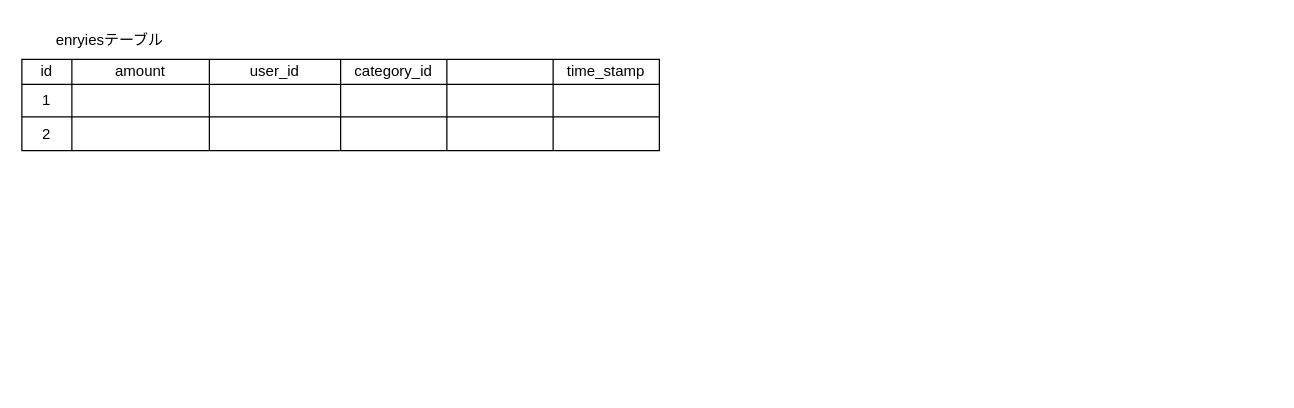
This is blueprint.drawio from somanosuke/Test-Laravel-App, a draw.io file, before an edit. Source tidied: cells renumbered, new cells numbered last; positions are measured from the earlier drawing's top-left corner, leaving out a move shared by most shapes. Both pictures are drawn from the tidied source at 125%, with x=0, y=0 at pixel (21, 21).
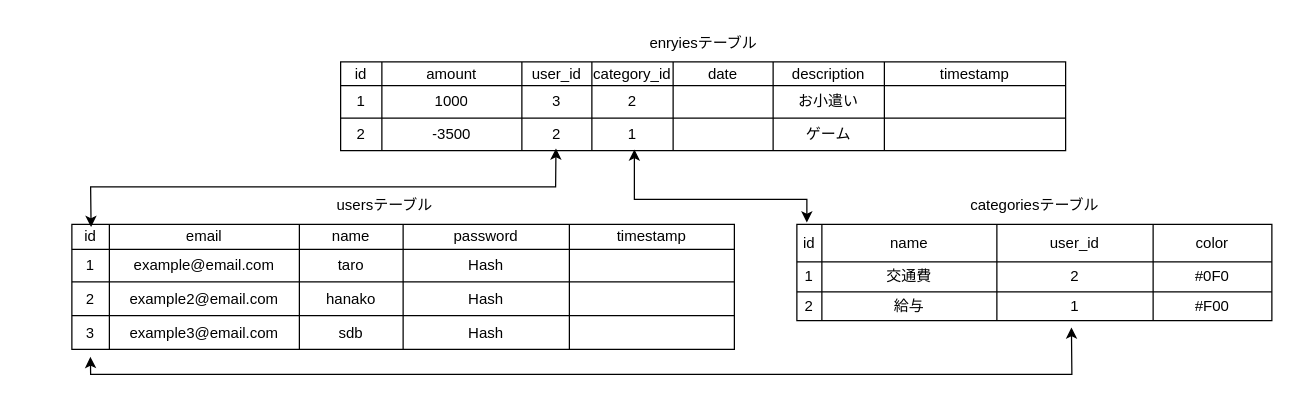
After the change.

The edit, as a diff of the source:
```diff
@@
     <mxCell id="2" style="shape=table;startSize=0;childLayout=tableLayout;" parent="1" vertex="1">
-      <mxGeometry y="30" width="510" height="73" as="geometry" />
+      <mxGeometry x="255" y="32" width="580" height="71" as="geometry" />
     </mxCell>
     <mxCell id="3" style="shape=tableRow;horizontal=0;startSize=0;swimlaneHead=0;swimlaneBody=0;strokeColor=inherit;top=0;left=0;bottom=0;right=0;fillColor=none;" parent="2" vertex="1">
-      <mxGeometry width="510" height="20" as="geometry" />
+      <mxGeometry width="580" height="19" as="geometry" />
     </mxCell>
     <mxCell id="4" value="id" style="shape=partialRectangle;html=1;whiteSpace=wrap;strokeColor=inherit;overflow=hidden;fillColor=none;top=0;left=0;bottom=0;right=0;" parent="3" vertex="1">
-      <mxGeometry width="40" height="20" as="geometry" />
+      <mxGeometry width="33" height="19" as="geometry" />
     </mxCell>
     <mxCell id="5" value="amount" style="shape=partialRectangle;html=1;whiteSpace=wrap;strokeColor=inherit;overflow=hidden;fillColor=none;top=0;left=0;bottom=0;right=0;" parent="3" vertex="1">
-      <mxGeometry x="40" width="110" height="20" as="geometry" />
+      <mxGeometry x="33" width="112" height="19" as="geometry" />
     </mxCell>
     <mxCell id="6" value="user_id" style="shape=partialRectangle;html=1;whiteSpace=wrap;strokeColor=inherit;overflow=hidden;fillColor=none;top=0;left=0;bottom=0;right=0;" parent="3" vertex="1">
-      <mxGeometry x="150" width="105" height="20" as="geometry" />
+      <mxGeometry x="145" width="56" height="19" as="geometry" />
     </mxCell>
     <mxCell id="7" value="category_id" style="shape=partialRectangle;html=1;whiteSpace=wrap;strokeColor=inherit;overflow=hidden;fillColor=none;top=0;left=0;bottom=0;right=0;" parent="3" vertex="1">
-      <mxGeometry x="255" width="85" height="20" as="geometry" />
+      <mxGeometry x="201" width="65" height="19" as="geometry" />
     </mxCell>
+    <mxCell id="25" value="date" style="shape=partialRectangle;html=1;whiteSpace=wrap;strokeColor=inherit;overflow=hidden;fillColor=none;top=0;left=0;bottom=0;right=0;" parent="3" vertex="1">
+      <mxGeometry x="266" width="80" height="19" as="geometry" />
+    </mxCell>
-    <mxCell id="8" style="shape=partialRectangle;html=1;whiteSpace=wrap;strokeColor=inherit;overflow=hidden;fillColor=none;top=0;left=0;bottom=0;right=0;" parent="3" vertex="1">
-      <mxGeometry x="340" width="85" height="20" as="geometry" />
+    <mxCell id="8" value="description" style="shape=partialRectangle;html=1;whiteSpace=wrap;strokeColor=inherit;overflow=hidden;fillColor=none;top=0;left=0;bottom=0;right=0;" parent="3" vertex="1">
+      <mxGeometry x="346" width="89" height="19" as="geometry" />
     </mxCell>
-    <mxCell id="9" value="time_stamp" style="shape=partialRectangle;html=1;whiteSpace=wrap;strokeColor=inherit;overflow=hidden;fillColor=none;top=0;left=0;bottom=0;right=0;" parent="3" vertex="1">
-      <mxGeometry x="425" width="85" height="20" as="geometry" />
+    <mxCell id="9" value="timestamp" style="shape=partialRectangle;html=1;whiteSpace=wrap;strokeColor=inherit;overflow=hidden;fillColor=none;top=0;left=0;bottom=0;right=0;" parent="3" vertex="1">
+      <mxGeometry x="435" width="145" height="19" as="geometry" />
     </mxCell>
     <mxCell id="10" style="shape=tableRow;horizontal=0;startSize=0;swimlaneHead=0;swimlaneBody=0;strokeColor=inherit;top=0;left=0;bottom=0;right=0;fillColor=none;" parent="2" vertex="1">
-      <mxGeometry y="20" width="510" height="26" as="geometry" />
+      <mxGeometry y="19" width="580" height="26" as="geometry" />
     </mxCell>
     <mxCell id="11" value="1" style="shape=partialRectangle;html=1;whiteSpace=wrap;strokeColor=inherit;overflow=hidden;fillColor=none;top=0;left=0;bottom=0;right=0;" parent="10" vertex="1">
-      <mxGeometry width="40" height="26" as="geometry" />
+      <mxGeometry width="33" height="26" as="geometry" />
     </mxCell>
-    <mxCell id="12" style="shape=partialRectangle;html=1;whiteSpace=wrap;strokeColor=inherit;overflow=hidden;fillColor=none;top=0;left=0;bottom=0;right=0;" parent="10" vertex="1">
-      <mxGeometry x="40" width="110" height="26" as="geometry" />
+    <mxCell id="12" value="1000" style="shape=partialRectangle;html=1;whiteSpace=wrap;strokeColor=inherit;overflow=hidden;fillColor=none;top=0;left=0;bottom=0;right=0;" parent="10" vertex="1">
+      <mxGeometry x="33" width="112" height="26" as="geometry" />
     </mxCell>
-    <mxCell id="13" style="shape=partialRectangle;html=1;whiteSpace=wrap;strokeColor=inherit;overflow=hidden;fillColor=none;top=0;left=0;bottom=0;right=0;" parent="10" vertex="1">
-      <mxGeometry x="150" width="105" height="26" as="geometry" />
+    <mxCell id="13" value="3" style="shape=partialRectangle;html=1;whiteSpace=wrap;strokeColor=inherit;overflow=hidden;fillColor=none;top=0;left=0;bottom=0;right=0;" parent="10" vertex="1">
+      <mxGeometry x="145" width="56" height="26" as="geometry" />
     </mxCell>
-    <mxCell id="14" style="shape=partialRectangle;html=1;whiteSpace=wrap;strokeColor=inherit;overflow=hidden;fillColor=none;top=0;left=0;bottom=0;right=0;" parent="10" vertex="1">
-      <mxGeometry x="255" width="85" height="26" as="geometry" />
+    <mxCell id="14" value="2" style="shape=partialRectangle;html=1;whiteSpace=wrap;strokeColor=inherit;overflow=hidden;fillColor=none;top=0;left=0;bottom=0;right=0;" parent="10" vertex="1">
+      <mxGeometry x="201" width="65" height="26" as="geometry" />
     </mxCell>
+    <mxCell id="26" style="shape=partialRectangle;html=1;whiteSpace=wrap;strokeColor=inherit;overflow=hidden;fillColor=none;top=0;left=0;bottom=0;right=0;" parent="10" vertex="1">
+      <mxGeometry x="266" width="80" height="26" as="geometry" />
+    </mxCell>
-    <mxCell id="15" style="shape=partialRectangle;html=1;whiteSpace=wrap;strokeColor=inherit;overflow=hidden;fillColor=none;top=0;left=0;bottom=0;right=0;" parent="10" vertex="1">
-      <mxGeometry x="340" width="85" height="26" as="geometry" />
+    <mxCell id="15" value="お小遣い" style="shape=partialRectangle;html=1;whiteSpace=wrap;strokeColor=inherit;overflow=hidden;fillColor=none;top=0;left=0;bottom=0;right=0;" parent="10" vertex="1">
+      <mxGeometry x="346" width="89" height="26" as="geometry" />
     </mxCell>
     <mxCell id="16" style="shape=partialRectangle;html=1;whiteSpace=wrap;strokeColor=inherit;overflow=hidden;fillColor=none;top=0;left=0;bottom=0;right=0;" parent="10" vertex="1">
-      <mxGeometry x="425" width="85" height="26" as="geometry" />
+      <mxGeometry x="435" width="145" height="26" as="geometry" />
     </mxCell>
     <mxCell id="17" style="shape=tableRow;horizontal=0;startSize=0;swimlaneHead=0;swimlaneBody=0;strokeColor=inherit;top=0;left=0;bottom=0;right=0;fillColor=none;points=[[0,0.5],[1,0.5]];portConstraint=eastwest;" parent="2" vertex="1">
-      <mxGeometry y="46" width="510" height="27" as="geometry" />
+      <mxGeometry y="45" width="580" height="26" as="geometry" />
     </mxCell>
     <mxCell id="18" value="2" style="shape=partialRectangle;html=1;whiteSpace=wrap;strokeColor=inherit;overflow=hidden;fillColor=none;top=0;left=0;bottom=0;right=0;" parent="17" vertex="1">
-      <mxGeometry width="40" height="27" as="geometry" />
+      <mxGeometry width="33" height="26" as="geometry" />
     </mxCell>
-    <mxCell id="19" style="shape=partialRectangle;html=1;whiteSpace=wrap;strokeColor=inherit;overflow=hidden;fillColor=none;top=0;left=0;bottom=0;right=0;" parent="17" vertex="1">
-      <mxGeometry x="40" width="110" height="27" as="geometry" />
+    <mxCell id="19" value="-3500" style="shape=partialRectangle;html=1;whiteSpace=wrap;strokeColor=inherit;overflow=hidden;fillColor=none;top=0;left=0;bottom=0;right=0;" parent="17" vertex="1">
+      <mxGeometry x="33" width="112" height="26" as="geometry" />
     </mxCell>
-    <mxCell id="20" style="shape=partialRectangle;html=1;whiteSpace=wrap;strokeColor=inherit;overflow=hidden;fillColor=none;top=0;left=0;bottom=0;right=0;" parent="17" vertex="1">
-      <mxGeometry x="150" width="105" height="27" as="geometry" />
+    <mxCell id="20" value="2" style="shape=partialRectangle;html=1;whiteSpace=wrap;strokeColor=inherit;overflow=hidden;fillColor=none;top=0;left=0;bottom=0;right=0;" parent="17" vertex="1">
+      <mxGeometry x="145" width="56" height="26" as="geometry" />
     </mxCell>
-    <mxCell id="21" style="shape=partialRectangle;html=1;whiteSpace=wrap;strokeColor=inherit;overflow=hidden;fillColor=none;top=0;left=0;bottom=0;right=0;" parent="17" vertex="1">
-      <mxGeometry x="255" width="85" height="27" as="geometry" />
+    <mxCell id="21" value="1" style="shape=partialRectangle;html=1;whiteSpace=wrap;strokeColor=inherit;overflow=hidden;fillColor=none;top=0;left=0;bottom=0;right=0;" parent="17" vertex="1">
+      <mxGeometry x="201" width="65" height="26" as="geometry" />
     </mxCell>
+    <mxCell id="27" style="shape=partialRectangle;html=1;whiteSpace=wrap;strokeColor=inherit;overflow=hidden;fillColor=none;top=0;left=0;bottom=0;right=0;" parent="17" vertex="1">
+      <mxGeometry x="266" width="80" height="26" as="geometry" />
+    </mxCell>
-    <mxCell id="22" style="shape=partialRectangle;html=1;whiteSpace=wrap;strokeColor=inherit;overflow=hidden;fillColor=none;top=0;left=0;bottom=0;right=0;" parent="17" vertex="1">
-      <mxGeometry x="340" width="85" height="27" as="geometry" />
+    <mxCell id="22" value="ゲーム" style="shape=partialRectangle;html=1;whiteSpace=wrap;strokeColor=inherit;overflow=hidden;fillColor=none;top=0;left=0;bottom=0;right=0;" parent="17" vertex="1">
+      <mxGeometry x="346" width="89" height="26" as="geometry" />
     </mxCell>
     <mxCell id="23" style="shape=partialRectangle;html=1;whiteSpace=wrap;strokeColor=inherit;overflow=hidden;fillColor=none;top=0;left=0;bottom=0;right=0;" parent="17" vertex="1">
-      <mxGeometry x="425" width="85" height="27" as="geometry" />
+      <mxGeometry x="435" width="145" height="26" as="geometry" />
     </mxCell>
     <mxCell id="24" value="enryiesテーブル" style="text;html=1;align=center;verticalAlign=middle;strokeColor=none;fillColor=none;" parent="1" vertex="1">
-      <mxGeometry x="15" width="110" height="30" as="geometry" />
+      <mxGeometry x="490" y="2" width="110" height="30" as="geometry" />
     </mxCell>
+    <mxCell id="28" value="usersテーブル" style="text;html=1;align=center;verticalAlign=middle;strokeColor=none;fillColor=none;" parent="1" vertex="1">
+      <mxGeometry x="240" y="132" width="100" height="30" as="geometry" />
+    </mxCell>
+    <mxCell id="29" style="shape=table;startSize=0;childLayout=tableLayout;" parent="1" vertex="1">
+      <mxGeometry x="40" y="162" width="530" height="100" as="geometry" />
+    </mxCell>
+    <mxCell id="30" style="shape=tableRow;horizontal=0;startSize=0;swimlaneHead=0;swimlaneBody=0;strokeColor=inherit;top=0;left=0;bottom=0;right=0;fillColor=none;points=[[0,0.5],[1,0.5]];portConstraint=eastwest;" parent="29" vertex="1">
+      <mxGeometry width="530" height="20" as="geometry" />
+    </mxCell>
+    <mxCell id="31" value="id" style="shape=partialRectangle;html=1;whiteSpace=wrap;strokeColor=inherit;overflow=hidden;fillColor=none;top=0;left=0;bottom=0;right=0;" parent="30" vertex="1">
+      <mxGeometry width="30" height="20" as="geometry" />
+    </mxCell>
+    <mxCell id="32" value="email" style="shape=partialRectangle;html=1;whiteSpace=wrap;strokeColor=inherit;overflow=hidden;fillColor=none;top=0;left=0;bottom=0;right=0;" parent="30" vertex="1">
+      <mxGeometry x="30" width="152" height="20" as="geometry" />
+    </mxCell>
+    <mxCell id="33" value="name" style="shape=partialRectangle;html=1;whiteSpace=wrap;strokeColor=inherit;overflow=hidden;fillColor=none;top=0;left=0;bottom=0;right=0;" parent="30" vertex="1">
+      <mxGeometry x="182" width="83" height="20" as="geometry" />
+    </mxCell>
+    <mxCell id="34" value="password" style="shape=partialRectangle;html=1;whiteSpace=wrap;strokeColor=inherit;overflow=hidden;fillColor=none;top=0;left=0;bottom=0;right=0;" parent="30" vertex="1">
+      <mxGeometry x="265" width="133" height="20" as="geometry" />
+    </mxCell>
+    <mxCell id="35" value="timestamp" style="shape=partialRectangle;html=1;whiteSpace=wrap;strokeColor=inherit;overflow=hidden;fillColor=none;top=0;left=0;bottom=0;right=0;" parent="30" vertex="1">
+      <mxGeometry x="398" width="132" height="20" as="geometry" />
+    </mxCell>
+    <mxCell id="36" style="shape=tableRow;horizontal=0;startSize=0;swimlaneHead=0;swimlaneBody=0;strokeColor=inherit;top=0;left=0;bottom=0;right=0;fillColor=none;" parent="29" vertex="1">
+      <mxGeometry y="20" width="530" height="26" as="geometry" />
+    </mxCell>
+    <mxCell id="37" value="1" style="shape=partialRectangle;html=1;whiteSpace=wrap;strokeColor=inherit;overflow=hidden;fillColor=none;top=0;left=0;bottom=0;right=0;" parent="36" vertex="1">
+      <mxGeometry width="30" height="26" as="geometry" />
+    </mxCell>
+    <mxCell id="38" value="example@email.com" style="shape=partialRectangle;html=1;whiteSpace=wrap;strokeColor=inherit;overflow=hidden;fillColor=none;top=0;left=0;bottom=0;right=0;" parent="36" vertex="1">
+      <mxGeometry x="30" width="152" height="26" as="geometry" />
+    </mxCell>
+    <mxCell id="39" value="taro" style="shape=partialRectangle;html=1;whiteSpace=wrap;strokeColor=inherit;overflow=hidden;fillColor=none;top=0;left=0;bottom=0;right=0;" parent="36" vertex="1">
+      <mxGeometry x="182" width="83" height="26" as="geometry" />
+    </mxCell>
+    <mxCell id="40" value="Hash" style="shape=partialRectangle;html=1;whiteSpace=wrap;strokeColor=inherit;overflow=hidden;fillColor=none;top=0;left=0;bottom=0;right=0;" parent="36" vertex="1">
+      <mxGeometry x="265" width="133" height="26" as="geometry" />
+    </mxCell>
+    <mxCell id="41" style="shape=partialRectangle;html=1;whiteSpace=wrap;strokeColor=inherit;overflow=hidden;fillColor=none;top=0;left=0;bottom=0;right=0;" parent="36" vertex="1">
+      <mxGeometry x="398" width="132" height="26" as="geometry" />
+    </mxCell>
+    <mxCell id="42" style="shape=tableRow;horizontal=0;startSize=0;swimlaneHead=0;swimlaneBody=0;strokeColor=inherit;top=0;left=0;bottom=0;right=0;fillColor=none;" parent="29" vertex="1">
+      <mxGeometry y="46" width="530" height="27" as="geometry" />
+    </mxCell>
+    <mxCell id="43" value="2" style="shape=partialRectangle;html=1;whiteSpace=wrap;strokeColor=inherit;overflow=hidden;fillColor=none;top=0;left=0;bottom=0;right=0;" parent="42" vertex="1">
+      <mxGeometry width="30" height="27" as="geometry" />
+    </mxCell>
+    <mxCell id="44" value="example2@email.com" style="shape=partialRectangle;html=1;whiteSpace=wrap;strokeColor=inherit;overflow=hidden;fillColor=none;top=0;left=0;bottom=0;right=0;" parent="42" vertex="1">
+      <mxGeometry x="30" width="152" height="27" as="geometry" />
+    </mxCell>
+    <mxCell id="45" value="hanako" style="shape=partialRectangle;html=1;whiteSpace=wrap;strokeColor=inherit;overflow=hidden;fillColor=none;top=0;left=0;bottom=0;right=0;" parent="42" vertex="1">
+      <mxGeometry x="182" width="83" height="27" as="geometry" />
+    </mxCell>
+    <mxCell id="46" value="Hash" style="shape=partialRectangle;html=1;whiteSpace=wrap;strokeColor=inherit;overflow=hidden;fillColor=none;top=0;left=0;bottom=0;right=0;" parent="42" vertex="1">
+      <mxGeometry x="265" width="133" height="27" as="geometry" />
+    </mxCell>
+    <mxCell id="47" style="shape=partialRectangle;html=1;whiteSpace=wrap;strokeColor=inherit;overflow=hidden;fillColor=none;top=0;left=0;bottom=0;right=0;" parent="42" vertex="1">
+      <mxGeometry x="398" width="132" height="27" as="geometry" />
+    </mxCell>
+    <mxCell id="48" style="shape=tableRow;horizontal=0;startSize=0;swimlaneHead=0;swimlaneBody=0;strokeColor=inherit;top=0;left=0;bottom=0;right=0;fillColor=none;points=[[0,0.5],[1,0.5]];portConstraint=eastwest;" parent="29" vertex="1">
+      <mxGeometry y="73" width="530" height="27" as="geometry" />
+    </mxCell>
+    <mxCell id="49" value="3" style="shape=partialRectangle;html=1;whiteSpace=wrap;strokeColor=inherit;overflow=hidden;fillColor=none;top=0;left=0;bottom=0;right=0;" parent="48" vertex="1">
+      <mxGeometry width="30" height="27" as="geometry" />
+    </mxCell>
+    <mxCell id="50" value="example3@email.com" style="shape=partialRectangle;html=1;whiteSpace=wrap;strokeColor=inherit;overflow=hidden;fillColor=none;top=0;left=0;bottom=0;right=0;" parent="48" vertex="1">
+      <mxGeometry x="30" width="152" height="27" as="geometry" />
+    </mxCell>
+    <mxCell id="51" value="sdb" style="shape=partialRectangle;html=1;whiteSpace=wrap;strokeColor=inherit;overflow=hidden;fillColor=none;top=0;left=0;bottom=0;right=0;" parent="48" vertex="1">
+      <mxGeometry x="182" width="83" height="27" as="geometry" />
+    </mxCell>
+    <mxCell id="52" value="Hash" style="shape=partialRectangle;html=1;whiteSpace=wrap;strokeColor=inherit;overflow=hidden;fillColor=none;top=0;left=0;bottom=0;right=0;" parent="48" vertex="1">
+      <mxGeometry x="265" width="133" height="27" as="geometry" />
+    </mxCell>
+    <mxCell id="53" style="shape=partialRectangle;html=1;whiteSpace=wrap;strokeColor=inherit;overflow=hidden;fillColor=none;top=0;left=0;bottom=0;right=0;" parent="48" vertex="1">
+      <mxGeometry x="398" width="132" height="27" as="geometry" />
+    </mxCell>
+    <mxCell id="54" style="endArrow=classic;startArrow=classic;html=1;rounded=0;entryX=0.297;entryY=0.932;entryDx=0;entryDy=0;entryPerimeter=0;exitX=0.029;exitY=0.105;exitDx=0;exitDy=0;exitPerimeter=0;" parent="1" edge="1" source="30" target="17">
+      <mxGeometry relative="1" as="geometry">
+        <Array as="points">
+          <mxPoint x="55" y="132" />
+          <mxPoint x="427" y="132" />
+        </Array>
+      </mxGeometry>
+    </mxCell>
+    <mxCell id="55" style="shape=table;startSize=0;childLayout=tableLayout;" parent="1" vertex="1">
+      <mxGeometry x="620" y="162" width="380" height="77" as="geometry" />
+    </mxCell>
+    <mxCell id="56" style="shape=tableRow;horizontal=0;startSize=0;swimlaneHead=0;swimlaneBody=0;strokeColor=inherit;top=0;left=0;bottom=0;right=0;fillColor=none;points=[[0,0.5],[1,0.5]];portConstraint=eastwest;" parent="55" vertex="1">
+      <mxGeometry width="380" height="30" as="geometry" />
+    </mxCell>
+    <mxCell id="57" value="id" style="shape=partialRectangle;html=1;whiteSpace=wrap;strokeColor=inherit;overflow=hidden;fillColor=none;top=0;left=0;bottom=0;right=0;" parent="56" vertex="1">
+      <mxGeometry width="20" height="30" as="geometry" />
+    </mxCell>
+    <mxCell id="58" value="name" style="shape=partialRectangle;html=1;whiteSpace=wrap;strokeColor=inherit;overflow=hidden;fillColor=none;top=0;left=0;bottom=0;right=0;" parent="56" vertex="1">
+      <mxGeometry x="20" width="140" height="30" as="geometry" />
+    </mxCell>
+    <mxCell id="59" value="user_id" style="shape=partialRectangle;html=1;whiteSpace=wrap;strokeColor=inherit;overflow=hidden;fillColor=none;top=0;left=0;bottom=0;right=0;" parent="56" vertex="1">
+      <mxGeometry x="160" width="125" height="30" as="geometry" />
+    </mxCell>
+    <mxCell id="60" value="color" style="shape=partialRectangle;html=1;whiteSpace=wrap;strokeColor=inherit;overflow=hidden;fillColor=none;top=0;left=0;bottom=0;right=0;" parent="56" vertex="1">
+      <mxGeometry x="285" width="95" height="30" as="geometry" />
+    </mxCell>
+    <mxCell id="61" style="shape=tableRow;horizontal=0;startSize=0;swimlaneHead=0;swimlaneBody=0;strokeColor=inherit;top=0;left=0;bottom=0;right=0;fillColor=none;" parent="55" vertex="1">
+      <mxGeometry y="30" width="380" height="24" as="geometry" />
+    </mxCell>
+    <mxCell id="62" value="1" style="shape=partialRectangle;html=1;whiteSpace=wrap;strokeColor=inherit;overflow=hidden;fillColor=none;top=0;left=0;bottom=0;right=0;" parent="61" vertex="1">
+      <mxGeometry width="20" height="24" as="geometry" />
+    </mxCell>
+    <mxCell id="63" value="交通費" style="shape=partialRectangle;html=1;whiteSpace=wrap;strokeColor=inherit;overflow=hidden;fillColor=none;top=0;left=0;bottom=0;right=0;" parent="61" vertex="1">
+      <mxGeometry x="20" width="140" height="24" as="geometry" />
+    </mxCell>
+    <mxCell id="64" value="2" style="shape=partialRectangle;html=1;whiteSpace=wrap;strokeColor=inherit;overflow=hidden;fillColor=none;top=0;left=0;bottom=0;right=0;" parent="61" vertex="1">
+      <mxGeometry x="160" width="125" height="24" as="geometry" />
+    </mxCell>
+    <mxCell id="65" value="#0F0" style="shape=partialRectangle;html=1;whiteSpace=wrap;strokeColor=inherit;overflow=hidden;fillColor=none;top=0;left=0;bottom=0;right=0;" parent="61" vertex="1">
+      <mxGeometry x="285" width="95" height="24" as="geometry" />
+    </mxCell>
+    <mxCell id="66" style="shape=tableRow;horizontal=0;startSize=0;swimlaneHead=0;swimlaneBody=0;strokeColor=inherit;top=0;left=0;bottom=0;right=0;fillColor=none;points=[[0,0.5],[1,0.5]];portConstraint=eastwest;" parent="55" vertex="1">
+      <mxGeometry y="54" width="380" height="23" as="geometry" />
+    </mxCell>
+    <mxCell id="67" value="2" style="shape=partialRectangle;html=1;whiteSpace=wrap;strokeColor=inherit;overflow=hidden;fillColor=none;top=0;left=0;bottom=0;right=0;" parent="66" vertex="1">
+      <mxGeometry width="20" height="23" as="geometry" />
+    </mxCell>
+    <mxCell id="68" value="給与" style="shape=partialRectangle;html=1;whiteSpace=wrap;strokeColor=inherit;overflow=hidden;fillColor=none;top=0;left=0;bottom=0;right=0;" parent="66" vertex="1">
+      <mxGeometry x="20" width="140" height="23" as="geometry" />
+    </mxCell>
+    <mxCell id="69" value="1" style="shape=partialRectangle;html=1;whiteSpace=wrap;strokeColor=inherit;overflow=hidden;fillColor=none;top=0;left=0;bottom=0;right=0;" parent="66" vertex="1">
+      <mxGeometry x="160" width="125" height="23" as="geometry" />
+    </mxCell>
+    <mxCell id="70" value="#F00" style="shape=partialRectangle;html=1;whiteSpace=wrap;strokeColor=inherit;overflow=hidden;fillColor=none;top=0;left=0;bottom=0;right=0;" parent="66" vertex="1">
+      <mxGeometry x="285" width="95" height="23" as="geometry" />
+    </mxCell>
+    <mxCell id="71" value="categoriesテーブル" style="text;html=1;align=center;verticalAlign=middle;strokeColor=none;fillColor=none;" parent="1" vertex="1">
+      <mxGeometry x="745" y="132" width="130" height="30" as="geometry" />
+    </mxCell>
+    <mxCell id="72" style="endArrow=classic;startArrow=classic;html=1;rounded=0;exitX=0.021;exitY=-0.05;exitDx=0;exitDy=0;exitPerimeter=0;" parent="1" edge="1" source="56">
+      <mxGeometry relative="1" as="geometry">
+        <mxPoint x="490" y="102" as="targetPoint" />
+        <Array as="points">
+          <mxPoint x="628" y="142" />
+          <mxPoint x="490" y="142" />
+        </Array>
+      </mxGeometry>
+    </mxCell>
+    <mxCell id="73" style="endArrow=classic;startArrow=classic;html=1;rounded=0;entryX=0.578;entryY=1.239;entryDx=0;entryDy=0;entryPerimeter=0;exitX=0.028;exitY=1.222;exitDx=0;exitDy=0;exitPerimeter=0;" parent="1" edge="1" source="48" target="66">
+      <mxGeometry relative="1" as="geometry">
+        <Array as="points">
+          <mxPoint x="55" y="282" />
+          <mxPoint x="840" y="282" />
+        </Array>
+      </mxGeometry>
+    </mxCell>
```
